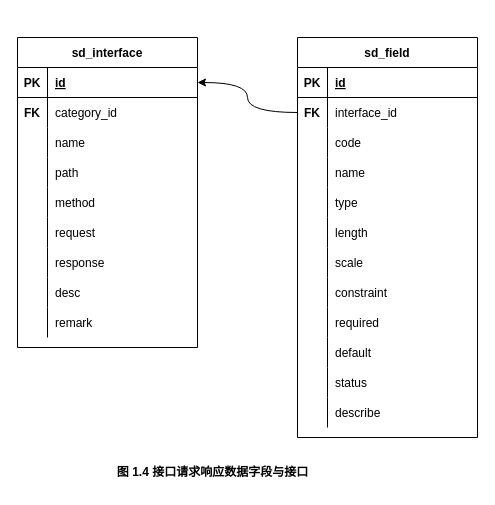
Earlier version of the draw.io diagram page "20220929144320" (3 of 11) of src/work/wyjz/service_directory/db_design_20220930.drawio (ab-doc/draw.io). Source tidied: cells renumbered, new cells numbered last; positions are measured from the earlier drawing's top-left corner, leaving out a move shared by most shapes. Both pictures are drawn from the tidied source at 100%, with x=0, y=0 at pixel (17, 37).
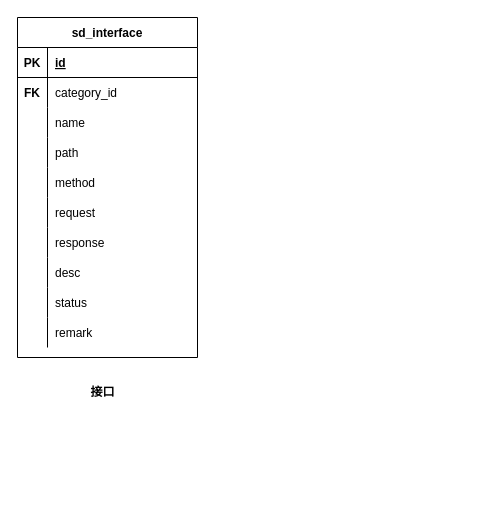
The same page after the edit.

The edit, as a diff of the source:
```diff
@@
-    <mxCell id="2" style="edgeStyle=orthogonalEdgeStyle;curved=1;rounded=0;jettySize=auto;html=1;startArrow=none;startFill=0;endArrow=classic;endFill=1;entryX=1;entryY=0.5;entryDx=0;entryDy=0;exitX=0;exitY=0.5;exitDx=0;exitDy=0;" parent="1" edge="1" source="7" target="42">
-      <mxGeometry relative="1" as="geometry" />
-    </mxCell>
-    <mxCell id="3" value="sd_field" style="shape=table;startSize=30;childLayout=tableLayout;rowLines=0;fontStyle=1;align=center;" parent="1" vertex="1">
-      <mxGeometry x="280" width="180" height="400" as="geometry" />
-    </mxCell>
-    <mxCell id="4" style="shape=tableRow;horizontal=0;startSize=0;swimlaneHead=0;swimlaneBody=0;fillColor=none;top=0;left=0;right=0;bottom=1;" parent="3" vertex="1">
-      <mxGeometry y="30" width="180" height="30" as="geometry" />
-    </mxCell>
-    <mxCell id="5" value="PK" style="shape=partialRectangle;fillColor=none;top=0;left=0;bottom=0;right=0;fontStyle=1;overflow=hidden;" parent="4" vertex="1">
-      <mxGeometry width="30" height="30" as="geometry" />
-    </mxCell>
-    <mxCell id="6" value="id" style="shape=partialRectangle;fillColor=none;top=0;left=0;bottom=0;right=0;align=left;spacingLeft=6;fontStyle=5;overflow=hidden;" parent="4" vertex="1">
-      <mxGeometry x="30" width="150" height="30" as="geometry" />
-    </mxCell>
-    <mxCell id="7" style="shape=tableRow;horizontal=0;startSize=0;swimlaneHead=0;swimlaneBody=0;fillColor=none;points=[[0,0.5],[1,0.5]];portConstraint=eastwest;top=0;left=0;right=0;bottom=0;" parent="3" vertex="1">
-      <mxGeometry y="60" width="180" height="30" as="geometry" />
-    </mxCell>
-    <mxCell id="8" value="FK" style="shape=partialRectangle;fillColor=none;top=0;left=0;bottom=0;right=0;overflow=hidden;fontStyle=1;" parent="7" vertex="1">
-      <mxGeometry width="30" height="30" as="geometry" />
-    </mxCell>
-    <mxCell id="9" value="interface_id" style="shape=partialRectangle;fillColor=none;top=0;left=0;bottom=0;right=0;align=left;spacingLeft=6;overflow=hidden;" parent="7" vertex="1">
-      <mxGeometry x="30" width="150" height="30" as="geometry" />
-    </mxCell>
-    <mxCell id="10" style="shape=tableRow;horizontal=0;startSize=0;swimlaneHead=0;swimlaneBody=0;fillColor=none;top=0;left=0;right=0;bottom=0;" parent="3" vertex="1">
-      <mxGeometry y="90" width="180" height="30" as="geometry" />
-    </mxCell>
-    <mxCell id="11" style="shape=partialRectangle;fillColor=none;top=0;left=0;bottom=0;right=0;overflow=hidden;" parent="10" vertex="1">
-      <mxGeometry width="30" height="30" as="geometry" />
-    </mxCell>
-    <mxCell id="12" value="code" style="shape=partialRectangle;fillColor=none;top=0;left=0;bottom=0;right=0;align=left;spacingLeft=6;overflow=hidden;" parent="10" vertex="1">
-      <mxGeometry x="30" width="150" height="30" as="geometry" />
-    </mxCell>
-    <mxCell id="13" style="shape=tableRow;horizontal=0;startSize=0;swimlaneHead=0;swimlaneBody=0;fillColor=none;top=0;left=0;right=0;bottom=0;" parent="3" vertex="1">
-      <mxGeometry y="120" width="180" height="30" as="geometry" />
-    </mxCell>
-    <mxCell id="14" style="shape=partialRectangle;fillColor=none;top=0;left=0;bottom=0;right=0;overflow=hidden;" parent="13" vertex="1">
-      <mxGeometry width="30" height="30" as="geometry" />
-    </mxCell>
-    <mxCell id="15" value="name" style="shape=partialRectangle;fillColor=none;top=0;left=0;bottom=0;right=0;align=left;spacingLeft=6;overflow=hidden;" parent="13" vertex="1">
-      <mxGeometry x="30" width="150" height="30" as="geometry" />
-    </mxCell>
-    <mxCell id="16" style="shape=tableRow;horizontal=0;startSize=0;swimlaneHead=0;swimlaneBody=0;fillColor=none;top=0;left=0;right=0;bottom=0;" parent="3" vertex="1">
-      <mxGeometry y="150" width="180" height="30" as="geometry" />
-    </mxCell>
-    <mxCell id="17" style="shape=partialRectangle;fillColor=none;top=0;left=0;bottom=0;right=0;overflow=hidden;" parent="16" vertex="1">
-      <mxGeometry width="30" height="30" as="geometry" />
-    </mxCell>
-    <mxCell id="18" value="type" style="shape=partialRectangle;fillColor=none;top=0;left=0;bottom=0;right=0;align=left;spacingLeft=6;overflow=hidden;" parent="16" vertex="1">
-      <mxGeometry x="30" width="150" height="30" as="geometry" />
-    </mxCell>
-    <mxCell id="19" style="shape=tableRow;horizontal=0;startSize=0;swimlaneHead=0;swimlaneBody=0;fillColor=none;top=0;left=0;right=0;bottom=0;" parent="3" vertex="1">
-      <mxGeometry y="180" width="180" height="30" as="geometry" />
-    </mxCell>
-    <mxCell id="20" style="shape=partialRectangle;fillColor=none;top=0;left=0;bottom=0;right=0;overflow=hidden;" parent="19" vertex="1">
-      <mxGeometry width="30" height="30" as="geometry" />
-    </mxCell>
-    <mxCell id="21" value="length" style="shape=partialRectangle;fillColor=none;top=0;left=0;bottom=0;right=0;align=left;spacingLeft=6;overflow=hidden;" parent="19" vertex="1">
-      <mxGeometry x="30" width="150" height="30" as="geometry" />
-    </mxCell>
-    <mxCell id="22" style="shape=tableRow;horizontal=0;startSize=0;swimlaneHead=0;swimlaneBody=0;fillColor=none;top=0;left=0;right=0;bottom=0;" parent="3" vertex="1">
-      <mxGeometry y="210" width="180" height="30" as="geometry" />
-    </mxCell>
-    <mxCell id="23" style="shape=partialRectangle;fillColor=none;top=0;left=0;bottom=0;right=0;overflow=hidden;" parent="22" vertex="1">
-      <mxGeometry width="30" height="30" as="geometry" />
-    </mxCell>
-    <mxCell id="24" value="scale" style="shape=partialRectangle;fillColor=none;top=0;left=0;bottom=0;right=0;align=left;spacingLeft=6;overflow=hidden;" parent="22" vertex="1">
-      <mxGeometry x="30" width="150" height="30" as="geometry" />
-    </mxCell>
-    <mxCell id="25" style="shape=tableRow;horizontal=0;startSize=0;swimlaneHead=0;swimlaneBody=0;fillColor=none;top=0;left=0;right=0;bottom=0;" parent="3" vertex="1">
-      <mxGeometry y="240" width="180" height="30" as="geometry" />
-    </mxCell>
-    <mxCell id="26" style="shape=partialRectangle;fillColor=none;top=0;left=0;bottom=0;right=0;overflow=hidden;" parent="25" vertex="1">
-      <mxGeometry width="30" height="30" as="geometry" />
-    </mxCell>
-    <mxCell id="27" value="constraint" style="shape=partialRectangle;fillColor=none;top=0;left=0;bottom=0;right=0;align=left;spacingLeft=6;overflow=hidden;" parent="25" vertex="1">
-      <mxGeometry x="30" width="150" height="30" as="geometry" />
-    </mxCell>
-    <mxCell id="28" style="shape=tableRow;horizontal=0;startSize=0;swimlaneHead=0;swimlaneBody=0;fillColor=none;top=0;left=0;right=0;bottom=0;" parent="3" vertex="1">
-      <mxGeometry y="270" width="180" height="30" as="geometry" />
-    </mxCell>
-    <mxCell id="29" style="shape=partialRectangle;fillColor=none;top=0;left=0;bottom=0;right=0;overflow=hidden;" parent="28" vertex="1">
-      <mxGeometry width="30" height="30" as="geometry" />
-    </mxCell>
-    <mxCell id="30" value="required" style="shape=partialRectangle;fillColor=none;top=0;left=0;bottom=0;right=0;align=left;spacingLeft=6;overflow=hidden;" parent="28" vertex="1">
-      <mxGeometry x="30" width="150" height="30" as="geometry" />
-    </mxCell>
-    <mxCell id="31" style="shape=tableRow;horizontal=0;startSize=0;swimlaneHead=0;swimlaneBody=0;fillColor=none;top=0;left=0;right=0;bottom=0;" parent="3" vertex="1">
-      <mxGeometry y="300" width="180" height="30" as="geometry" />
-    </mxCell>
-    <mxCell id="32" style="shape=partialRectangle;fillColor=none;top=0;left=0;bottom=0;right=0;overflow=hidden;" parent="31" vertex="1">
-      <mxGeometry width="30" height="30" as="geometry" />
-    </mxCell>
-    <mxCell id="33" value="default" style="shape=partialRectangle;fillColor=none;top=0;left=0;bottom=0;right=0;align=left;spacingLeft=6;overflow=hidden;" parent="31" vertex="1">
-      <mxGeometry x="30" width="150" height="30" as="geometry" />
-    </mxCell>
-    <mxCell id="34" style="shape=tableRow;horizontal=0;startSize=0;swimlaneHead=0;swimlaneBody=0;fillColor=none;top=0;left=0;right=0;bottom=0;" parent="3" vertex="1">
-      <mxGeometry y="330" width="180" height="30" as="geometry" />
-    </mxCell>
-    <mxCell id="35" style="shape=partialRectangle;fillColor=none;top=0;left=0;bottom=0;right=0;overflow=hidden;" parent="34" vertex="1">
-      <mxGeometry width="30" height="30" as="geometry" />
-    </mxCell>
-    <mxCell id="36" value="status" style="shape=partialRectangle;fillColor=none;top=0;left=0;bottom=0;right=0;align=left;spacingLeft=6;overflow=hidden;" parent="34" vertex="1">
-      <mxGeometry x="30" width="150" height="30" as="geometry" />
-    </mxCell>
-    <mxCell id="37" style="shape=tableRow;horizontal=0;startSize=0;swimlaneHead=0;swimlaneBody=0;fillColor=none;top=0;left=0;right=0;bottom=0;" parent="3" vertex="1">
-      <mxGeometry y="360" width="180" height="30" as="geometry" />
-    </mxCell>
-    <mxCell id="38" style="shape=partialRectangle;fillColor=none;top=0;left=0;bottom=0;right=0;overflow=hidden;" parent="37" vertex="1">
-      <mxGeometry width="30" height="30" as="geometry" />
-    </mxCell>
-    <mxCell id="39" value="describe" style="shape=partialRectangle;fillColor=none;top=0;left=0;bottom=0;right=0;align=left;spacingLeft=6;overflow=hidden;" parent="37" vertex="1">
-      <mxGeometry x="30" width="150" height="30" as="geometry" />
-    </mxCell>
-    <mxCell id="40" value="&lt;b&gt;图 1.4 接口请求响应数据字段与接口&lt;/b&gt;" style="text;html=1;align=center;verticalAlign=middle;strokeColor=none;fillColor=none;" parent="1" vertex="1">
-      <mxGeometry x="90" y="420" width="210" height="30" as="geometry" />
+    <mxCell id="40" value="&lt;b&gt;接口&lt;/b&gt;" style="text;html=1;align=center;verticalAlign=middle;strokeColor=none;fillColor=none;" parent="1" vertex="1">
+      <mxGeometry x="60" y="340" width="50" height="30" as="geometry" />
     </mxCell>
     <mxCell id="41" value="sd_interface" style="shape=table;startSize=30;childLayout=tableLayout;rowLines=0;fontStyle=1;align=center;" parent="1" vertex="1">
-      <mxGeometry width="180" height="310" as="geometry" />
+      <mxGeometry y="-20" width="180" height="340" as="geometry" />
     </mxCell>
-    <mxCell id="42" style="shape=tableRow;horizontal=0;startSize=0;swimlaneHead=0;swimlaneBody=0;fillColor=none;points=[[0,0.5],[1,0.5]];portConstraint=eastwest;top=0;left=0;right=0;bottom=1;" parent="41" vertex="1">
-      <mxGeometry y="30" width="180" height="30" as="geometry" />
-    </mxCell>
-    <mxCell id="43" value="PK" style="shape=partialRectangle;fillColor=none;top=0;left=0;bottom=0;right=0;fontStyle=1;overflow=hidden;" parent="42" vertex="1">
-      <mxGeometry width="30" height="30" as="geometry" />
-    </mxCell>
-    <mxCell id="44" value="id" style="shape=partialRectangle;fillColor=none;top=0;left=0;bottom=0;right=0;align=left;spacingLeft=6;fontStyle=5;overflow=hidden;" parent="42" vertex="1">
-      <mxGeometry x="30" width="150" height="30" as="geometry" />
-    </mxCell>
-    <mxCell id="45" style="shape=tableRow;horizontal=0;startSize=0;swimlaneHead=0;swimlaneBody=0;fillColor=none;top=0;left=0;right=0;bottom=0;" parent="41" vertex="1">
-      <mxGeometry y="60" width="180" height="30" as="geometry" />
-    </mxCell>
-    <mxCell id="46" value="FK" style="shape=partialRectangle;fillColor=none;top=0;left=0;bottom=0;right=0;overflow=hidden;fontStyle=1;" parent="45" vertex="1">
-      <mxGeometry width="30" height="30" as="geometry" />
-    </mxCell>
+    <mxCell id="69" style="shape=tableRow;horizontal=0;startSize=0;swimlaneHead=0;swimlaneBody=0;fillColor=none;top=0;left=0;right=0;bottom=1;" parent="41" vertex="1">
+      <mxGeometry y="30" width="180" height="30" as="geometry" />
+    </mxCell>
+    <mxCell id="70" value="PK" style="shape=partialRectangle;fillColor=none;top=0;left=0;bottom=0;right=0;fontStyle=1;overflow=hidden;" parent="69" vertex="1">
+      <mxGeometry width="30" height="30" as="geometry" />
+    </mxCell>
+    <mxCell id="71" value="id" style="shape=partialRectangle;fillColor=none;top=0;left=0;bottom=0;right=0;align=left;spacingLeft=6;fontStyle=5;overflow=hidden;" parent="69" vertex="1">
+      <mxGeometry x="30" width="150" height="30" as="geometry" />
+    </mxCell>
+    <mxCell id="72" style="shape=tableRow;horizontal=0;startSize=0;swimlaneHead=0;swimlaneBody=0;fillColor=none;top=0;left=0;right=0;bottom=0;" parent="41" vertex="1">
+      <mxGeometry y="60" width="180" height="30" as="geometry" />
+    </mxCell>
+    <mxCell id="73" value="FK" style="shape=partialRectangle;fillColor=none;top=0;left=0;bottom=0;right=0;overflow=hidden;fontStyle=1;" parent="72" vertex="1">
+      <mxGeometry width="30" height="30" as="geometry" />
+    </mxCell>
-    <mxCell id="47" value="category_id" style="shape=partialRectangle;fillColor=none;top=0;left=0;bottom=0;right=0;align=left;spacingLeft=6;overflow=hidden;" parent="45" vertex="1">
+    <mxCell id="47" value="category_id" style="shape=partialRectangle;fillColor=none;top=0;left=0;bottom=0;right=0;align=left;spacingLeft=6;overflow=hidden;" parent="72" vertex="1">
       <mxGeometry x="30" width="150" height="30" as="geometry" />
     </mxCell>
-    <mxCell id="48" style="shape=tableRow;horizontal=0;startSize=0;swimlaneHead=0;swimlaneBody=0;fillColor=none;top=0;left=0;right=0;bottom=0;" parent="41" vertex="1">
-      <mxGeometry y="90" width="180" height="30" as="geometry" />
-    </mxCell>
-    <mxCell id="49" style="shape=partialRectangle;fillColor=none;top=0;left=0;bottom=0;right=0;overflow=hidden;" parent="48" vertex="1">
-      <mxGeometry width="30" height="30" as="geometry" />
-    </mxCell>
-    <mxCell id="50" value="name" style="shape=partialRectangle;fillColor=none;top=0;left=0;bottom=0;right=0;align=left;spacingLeft=6;overflow=hidden;" parent="48" vertex="1">
-      <mxGeometry x="30" width="150" height="30" as="geometry" />
-    </mxCell>
-    <mxCell id="51" style="shape=tableRow;horizontal=0;startSize=0;swimlaneHead=0;swimlaneBody=0;fillColor=none;top=0;left=0;right=0;bottom=0;" parent="41" vertex="1">
-      <mxGeometry y="120" width="180" height="30" as="geometry" />
-    </mxCell>
-    <mxCell id="52" style="shape=partialRectangle;fillColor=none;top=0;left=0;bottom=0;right=0;overflow=hidden;" parent="51" vertex="1">
-      <mxGeometry width="30" height="30" as="geometry" />
-    </mxCell>
+    <mxCell id="74" style="shape=tableRow;horizontal=0;startSize=0;swimlaneHead=0;swimlaneBody=0;fillColor=none;top=0;left=0;right=0;bottom=0;" parent="41" vertex="1">
+      <mxGeometry y="90" width="180" height="30" as="geometry" />
+    </mxCell>
+    <mxCell id="75" style="shape=partialRectangle;fillColor=none;top=0;left=0;bottom=0;right=0;overflow=hidden;" parent="74" vertex="1">
+      <mxGeometry width="30" height="30" as="geometry" />
+    </mxCell>
+    <mxCell id="76" value="name" style="shape=partialRectangle;fillColor=none;top=0;left=0;bottom=0;right=0;align=left;spacingLeft=6;overflow=hidden;" parent="74" vertex="1">
+      <mxGeometry x="30" width="150" height="30" as="geometry" />
+    </mxCell>
+    <mxCell id="77" style="shape=tableRow;horizontal=0;startSize=0;swimlaneHead=0;swimlaneBody=0;fillColor=none;top=0;left=0;right=0;bottom=0;" parent="41" vertex="1">
+      <mxGeometry y="120" width="180" height="30" as="geometry" />
+    </mxCell>
+    <mxCell id="78" style="shape=partialRectangle;fillColor=none;top=0;left=0;bottom=0;right=0;overflow=hidden;" parent="77" vertex="1">
+      <mxGeometry width="30" height="30" as="geometry" />
+    </mxCell>
-    <mxCell id="53" value="path" style="shape=partialRectangle;fillColor=none;top=0;left=0;bottom=0;right=0;align=left;spacingLeft=6;overflow=hidden;" parent="51" vertex="1">
+    <mxCell id="53" value="path" style="shape=partialRectangle;fillColor=none;top=0;left=0;bottom=0;right=0;align=left;spacingLeft=6;overflow=hidden;" parent="77" vertex="1">
       <mxGeometry x="30" width="150" height="30" as="geometry" />
     </mxCell>
-    <mxCell id="54" style="shape=tableRow;horizontal=0;startSize=0;swimlaneHead=0;swimlaneBody=0;fillColor=none;top=0;left=0;right=0;bottom=0;" parent="41" vertex="1">
-      <mxGeometry y="150" width="180" height="30" as="geometry" />
-    </mxCell>
-    <mxCell id="55" style="shape=partialRectangle;fillColor=none;top=0;left=0;bottom=0;right=0;overflow=hidden;" parent="54" vertex="1">
-      <mxGeometry width="30" height="30" as="geometry" />
-    </mxCell>
+    <mxCell id="79" style="shape=tableRow;horizontal=0;startSize=0;swimlaneHead=0;swimlaneBody=0;fillColor=none;top=0;left=0;right=0;bottom=0;" parent="41" vertex="1">
+      <mxGeometry y="150" width="180" height="30" as="geometry" />
+    </mxCell>
+    <mxCell id="80" style="shape=partialRectangle;fillColor=none;top=0;left=0;bottom=0;right=0;overflow=hidden;" parent="79" vertex="1">
+      <mxGeometry width="30" height="30" as="geometry" />
+    </mxCell>
-    <mxCell id="56" value="method" style="shape=partialRectangle;fillColor=none;top=0;left=0;bottom=0;right=0;align=left;spacingLeft=6;overflow=hidden;" parent="54" vertex="1">
+    <mxCell id="56" value="method" style="shape=partialRectangle;fillColor=none;top=0;left=0;bottom=0;right=0;align=left;spacingLeft=6;overflow=hidden;" parent="79" vertex="1">
       <mxGeometry x="30" width="150" height="30" as="geometry" />
     </mxCell>
-    <mxCell id="57" style="shape=tableRow;horizontal=0;startSize=0;swimlaneHead=0;swimlaneBody=0;fillColor=none;top=0;left=0;right=0;bottom=0;" parent="41" vertex="1">
-      <mxGeometry y="180" width="180" height="30" as="geometry" />
-    </mxCell>
-    <mxCell id="58" style="shape=partialRectangle;fillColor=none;top=0;left=0;bottom=0;right=0;overflow=hidden;" parent="57" vertex="1">
-      <mxGeometry width="30" height="30" as="geometry" />
-    </mxCell>
+    <mxCell id="81" style="shape=tableRow;horizontal=0;startSize=0;swimlaneHead=0;swimlaneBody=0;fillColor=none;top=0;left=0;right=0;bottom=0;" parent="41" vertex="1">
+      <mxGeometry y="180" width="180" height="30" as="geometry" />
+    </mxCell>
+    <mxCell id="82" style="shape=partialRectangle;fillColor=none;top=0;left=0;bottom=0;right=0;overflow=hidden;" parent="81" vertex="1">
+      <mxGeometry width="30" height="30" as="geometry" />
+    </mxCell>
-    <mxCell id="59" value="request" style="shape=partialRectangle;fillColor=none;top=0;left=0;bottom=0;right=0;align=left;spacingLeft=6;overflow=hidden;" parent="57" vertex="1">
+    <mxCell id="59" value="request" style="shape=partialRectangle;fillColor=none;top=0;left=0;bottom=0;right=0;align=left;spacingLeft=6;overflow=hidden;" parent="81" vertex="1">
       <mxGeometry x="30" width="150" height="30" as="geometry" />
     </mxCell>
-    <mxCell id="60" style="shape=tableRow;horizontal=0;startSize=0;swimlaneHead=0;swimlaneBody=0;fillColor=none;top=0;left=0;right=0;bottom=0;" parent="41" vertex="1">
-      <mxGeometry y="210" width="180" height="30" as="geometry" />
-    </mxCell>
-    <mxCell id="61" style="shape=partialRectangle;fillColor=none;top=0;left=0;bottom=0;right=0;overflow=hidden;" parent="60" vertex="1">
-      <mxGeometry width="30" height="30" as="geometry" />
-    </mxCell>
+    <mxCell id="83" style="shape=tableRow;horizontal=0;startSize=0;swimlaneHead=0;swimlaneBody=0;fillColor=none;top=0;left=0;right=0;bottom=0;" parent="41" vertex="1">
+      <mxGeometry y="210" width="180" height="30" as="geometry" />
+    </mxCell>
+    <mxCell id="84" style="shape=partialRectangle;fillColor=none;top=0;left=0;bottom=0;right=0;overflow=hidden;" parent="83" vertex="1">
+      <mxGeometry width="30" height="30" as="geometry" />
+    </mxCell>
-    <mxCell id="62" value="response" style="shape=partialRectangle;fillColor=none;top=0;left=0;bottom=0;right=0;align=left;spacingLeft=6;overflow=hidden;" parent="60" vertex="1">
+    <mxCell id="62" value="response" style="shape=partialRectangle;fillColor=none;top=0;left=0;bottom=0;right=0;align=left;spacingLeft=6;overflow=hidden;" parent="83" vertex="1">
       <mxGeometry x="30" width="150" height="30" as="geometry" />
     </mxCell>
-    <mxCell id="63" style="shape=tableRow;horizontal=0;startSize=0;swimlaneHead=0;swimlaneBody=0;fillColor=none;top=0;left=0;right=0;bottom=0;" parent="41" vertex="1">
-      <mxGeometry y="240" width="180" height="30" as="geometry" />
-    </mxCell>
-    <mxCell id="64" style="shape=partialRectangle;fillColor=none;top=0;left=0;bottom=0;right=0;overflow=hidden;" parent="63" vertex="1">
-      <mxGeometry width="30" height="30" as="geometry" />
-    </mxCell>
+    <mxCell id="85" style="shape=tableRow;horizontal=0;startSize=0;swimlaneHead=0;swimlaneBody=0;fillColor=none;top=0;left=0;right=0;bottom=0;" parent="41" vertex="1">
+      <mxGeometry y="240" width="180" height="30" as="geometry" />
+    </mxCell>
+    <mxCell id="86" style="shape=partialRectangle;fillColor=none;top=0;left=0;bottom=0;right=0;overflow=hidden;" parent="85" vertex="1">
+      <mxGeometry width="30" height="30" as="geometry" />
+    </mxCell>
-    <mxCell id="65" value="desc" style="shape=partialRectangle;fillColor=none;top=0;left=0;bottom=0;right=0;align=left;spacingLeft=6;overflow=hidden;" parent="63" vertex="1">
+    <mxCell id="65" value="desc" style="shape=partialRectangle;fillColor=none;top=0;left=0;bottom=0;right=0;align=left;spacingLeft=6;overflow=hidden;" parent="85" vertex="1">
       <mxGeometry x="30" width="150" height="30" as="geometry" />
     </mxCell>
-    <mxCell id="66" style="shape=tableRow;horizontal=0;startSize=0;swimlaneHead=0;swimlaneBody=0;fillColor=none;top=0;left=0;right=0;bottom=0;" parent="41" vertex="1">
-      <mxGeometry y="270" width="180" height="30" as="geometry" />
-    </mxCell>
-    <mxCell id="67" style="shape=partialRectangle;fillColor=none;top=0;left=0;bottom=0;right=0;overflow=hidden;" parent="66" vertex="1">
-      <mxGeometry width="30" height="30" as="geometry" />
-    </mxCell>
+    <mxCell id="87" style="shape=tableRow;horizontal=0;startSize=0;swimlaneHead=0;swimlaneBody=0;fillColor=none;top=0;left=0;right=0;bottom=0;" parent="41" vertex="1">
+      <mxGeometry y="270" width="180" height="30" as="geometry" />
+    </mxCell>
+    <mxCell id="88" style="shape=partialRectangle;fillColor=none;top=0;left=0;bottom=0;right=0;overflow=hidden;" parent="87" vertex="1">
+      <mxGeometry width="30" height="30" as="geometry" />
+    </mxCell>
+    <mxCell id="36" value="status" style="shape=partialRectangle;fillColor=none;top=0;left=0;bottom=0;right=0;align=left;spacingLeft=6;overflow=hidden;" parent="87" vertex="1">
+      <mxGeometry x="30" width="150" height="30" as="geometry" />
+    </mxCell>
+    <mxCell id="31" style="shape=tableRow;horizontal=0;startSize=0;swimlaneHead=0;swimlaneBody=0;fillColor=none;top=0;left=0;right=0;bottom=0;" parent="41" vertex="1">
+      <mxGeometry y="300" width="180" height="30" as="geometry" />
+    </mxCell>
+    <mxCell id="89" style="shape=partialRectangle;fillColor=none;top=0;left=0;bottom=0;right=0;overflow=hidden;" parent="31" vertex="1">
+      <mxGeometry width="30" height="30" as="geometry" />
+    </mxCell>
-    <mxCell id="68" value="remark" style="shape=partialRectangle;fillColor=none;top=0;left=0;bottom=0;right=0;align=left;spacingLeft=6;overflow=hidden;" parent="66" vertex="1">
+    <mxCell id="68" value="remark" style="shape=partialRectangle;fillColor=none;top=0;left=0;bottom=0;right=0;align=left;spacingLeft=6;overflow=hidden;" parent="31" vertex="1">
       <mxGeometry x="30" width="150" height="30" as="geometry" />
     </mxCell>
```
